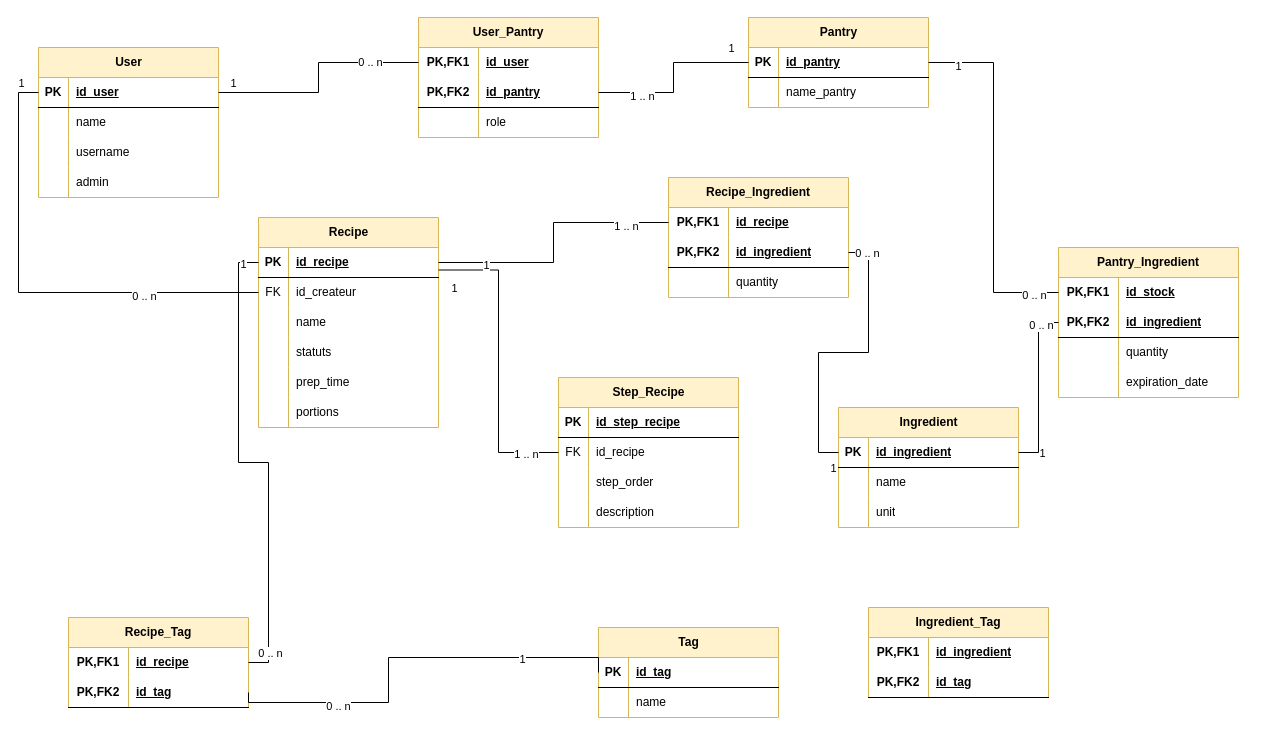
This is Documentation/Images/diagramme_bdd.drawio from Projet-ingenierie-logiciel-2A-JerRouTes/projet2A, a draw.io file, before an edit. Source tidied: cells renumbered, new cells numbered last; positions are measured from the earlier drawing's top-left corner, leaving out a move shared by most shapes. Both pictures are drawn from the tidied source at 100%, with x=0, y=0 at pixel (38, 17).
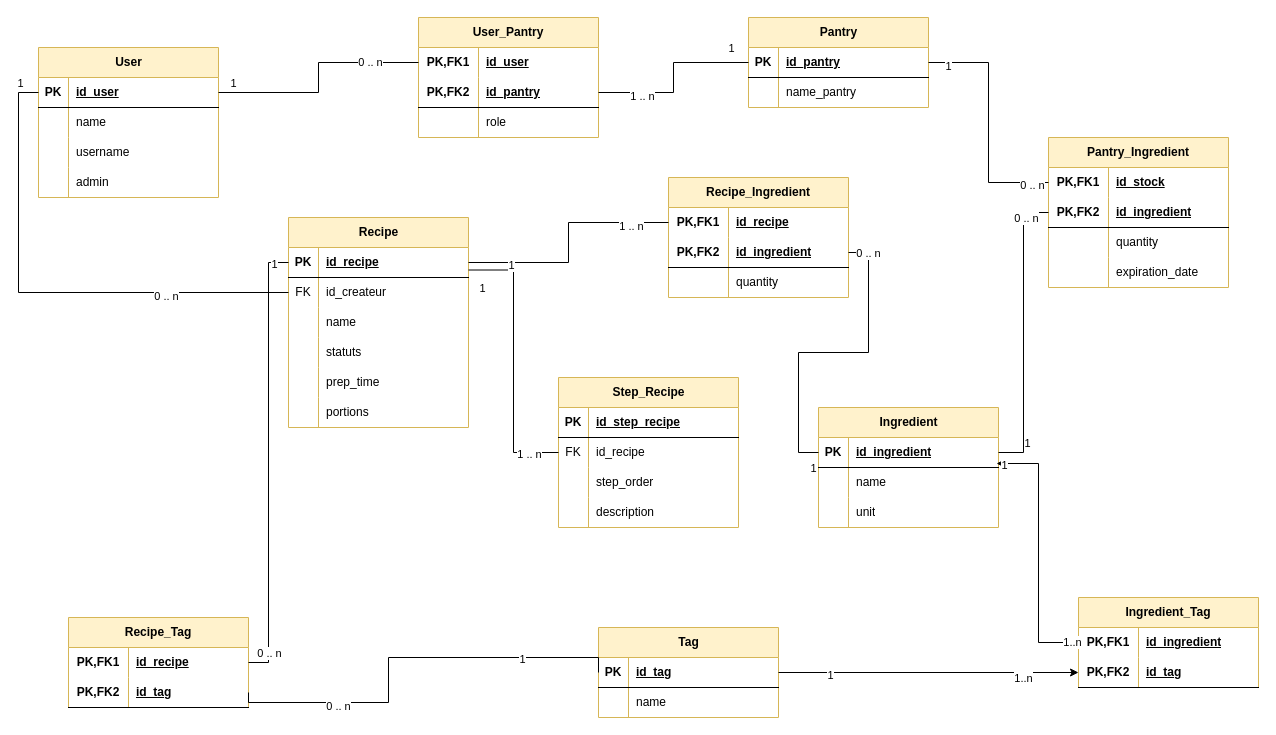
The same diagram, later.

Commit message:
Mettre à jour diagramme_bdd.drawio

Unchanged cells that the change refers to:
```xml
<mxCell id="33" style="shape=tableRow;horizontal=0;startSize=0;swimlaneHead=0;swimlaneBody=0;fillColor=none;points=[[0,0.5],[1,0.5]];portConstraint=eastwest;top=0;left=0;right=0;bottom=1;" parent="32" vertex="1">
  <mxGeometry y="30" width="180" height="30" as="geometry" />
</mxCell>
<mxCell id="104" style="shape=tableRow;horizontal=0;startSize=0;swimlaneHead=0;swimlaneBody=0;fillColor=none;points=[[0,0.5],[1,0.5]];portConstraint=eastwest;top=0;left=0;right=0;bottom=1;" parent="103" vertex="1">
  <mxGeometry y="30" width="180" height="30" as="geometry" />
</mxCell>
<mxCell id="143" style="shape=tableRow;horizontal=0;startSize=0;swimlaneHead=0;swimlaneBody=0;fillColor=none;points=[[0,0.5],[1,0.5]];portConstraint=eastwest;top=0;left=0;right=0;bottom=0;html=1;" parent="142" vertex="1">
  <mxGeometry y="30" width="180" height="30" as="geometry" />
</mxCell>
<mxCell id="146" style="shape=tableRow;horizontal=0;startSize=0;swimlaneHead=0;swimlaneBody=0;fillColor=none;points=[[0,0.5],[1,0.5]];portConstraint=eastwest;top=0;left=0;right=0;bottom=1;html=1;" parent="142" vertex="1">
  <mxGeometry y="60" width="180" height="30" as="geometry" />
</mxCell>
```

Change to the diagram source:
```diff
@@
     <mxCell id="32" value="Ingredient" style="shape=table;startSize=30;childLayout=tableLayout;rowLines=0;fontStyle=1;align=center;html=1;fillColor=#fff2cc;strokeColor=#d6b656;" parent="1" vertex="1">
-      <mxGeometry x="800" y="390" width="180" height="120" as="geometry" />
+      <mxGeometry x="780" y="390" width="180" height="120" as="geometry" />
     </mxCell>
@@
     <mxCell id="42" value="&lt;div&gt;Pantry_Ingredient&lt;/div&gt;" style="shape=table;startSize=30;childLayout=tableLayout;rowLines=0;fontStyle=1;align=center;html=1;whiteSpace=wrap;fillColor=#fff2cc;strokeColor=#d6b656;" parent="1" vertex="1">
-      <mxGeometry x="1020" y="230" width="180" height="150" as="geometry" />
+      <mxGeometry x="1010" y="120" width="180" height="150" as="geometry" />
     </mxCell>
@@
     <mxCell id="55" value="Recipe" style="shape=table;startSize=30;childLayout=tableLayout;rowLines=0;fontStyle=1;align=center;html=1;fillColor=#fff2cc;strokeColor=#d6b656;" parent="1" vertex="1">
-      <mxGeometry x="220" y="200" width="180" height="210" as="geometry" />
+      <mxGeometry x="250" y="200" width="180" height="210" as="geometry" />
     </mxCell>
@@
     <mxCell id="142" value="Ingredient_Tag" style="shape=table;startSize=30;childLayout=tableLayout;rowLines=0;fontStyle=1;align=center;html=1;whiteSpace=wrap;fillColor=#fff2cc;strokeColor=#d6b656;" parent="1" vertex="1">
-      <mxGeometry x="830" y="590" width="180" height="90" as="geometry" />
+      <mxGeometry x="1040" y="580" width="180" height="90" as="geometry" />
     </mxCell>
@@
+    <mxCell id="149" style="edgeStyle=orthogonalEdgeStyle;rounded=0;jettySize=auto;html=1;entryX=0;entryY=0.5;entryDx=0;entryDy=0;" parent="1" edge="1" source="104" target="146">
+      <mxGeometry relative="1" as="geometry" />
+    </mxCell>
+    <mxCell id="150" value="1..n" style="edgeLabel;html=1;align=center;verticalAlign=middle;" parent="149" vertex="1">
+      <mxGeometry x="0.63" y="-5" relative="1" as="geometry" />
+    </mxCell>
+    <mxCell id="151" value="1" style="edgeLabel;html=1;align=center;verticalAlign=middle;" parent="149" vertex="1">
+      <mxGeometry x="-0.66" y="-2" relative="1" as="geometry" />
+    </mxCell>
+    <mxCell id="152" style="edgeStyle=orthogonalEdgeStyle;rounded=0;jettySize=auto;html=1;entryX=0.989;entryY=0.867;entryDx=0;entryDy=0;entryPerimeter=0;" parent="1" edge="1" source="143" target="33">
+      <mxGeometry relative="1" as="geometry" />
+    </mxCell>
+    <mxCell id="153" value="1" style="edgeLabel;html=1;align=center;verticalAlign=middle;" parent="152" vertex="1">
+      <mxGeometry x="0.95" y="1" relative="1" as="geometry" />
+    </mxCell>
+    <mxCell id="154" value="1..n" style="edgeLabel;html=1;align=center;verticalAlign=middle;" parent="152" vertex="1">
+      <mxGeometry x="-0.95" y="-1" relative="1" as="geometry" />
+    </mxCell>
```
